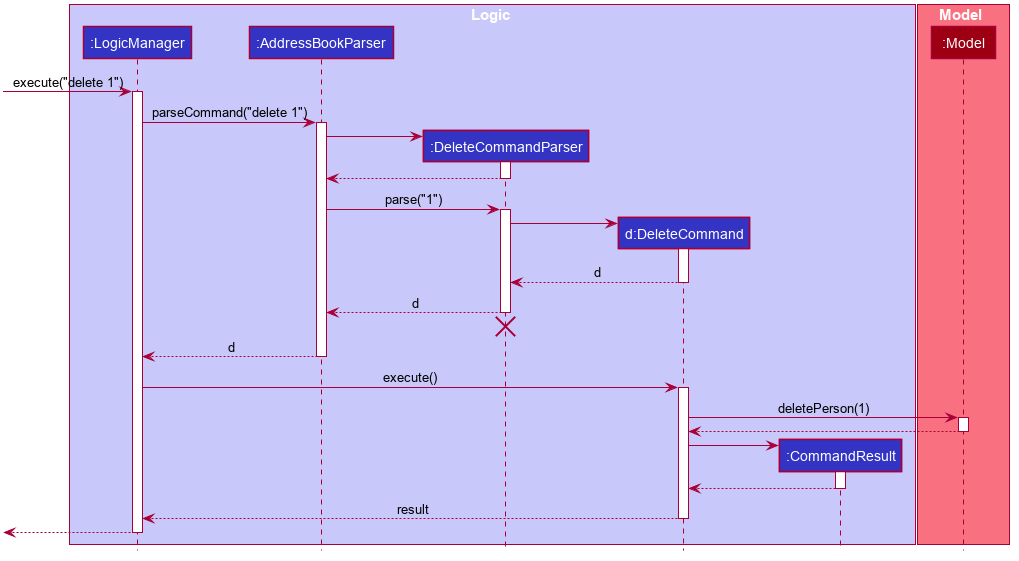
nus-cs2103-AY2223S2/tp keeps this PlantUML diagram as docs/images/DeleteSequenceDiagram.png. Above is the earlier version.
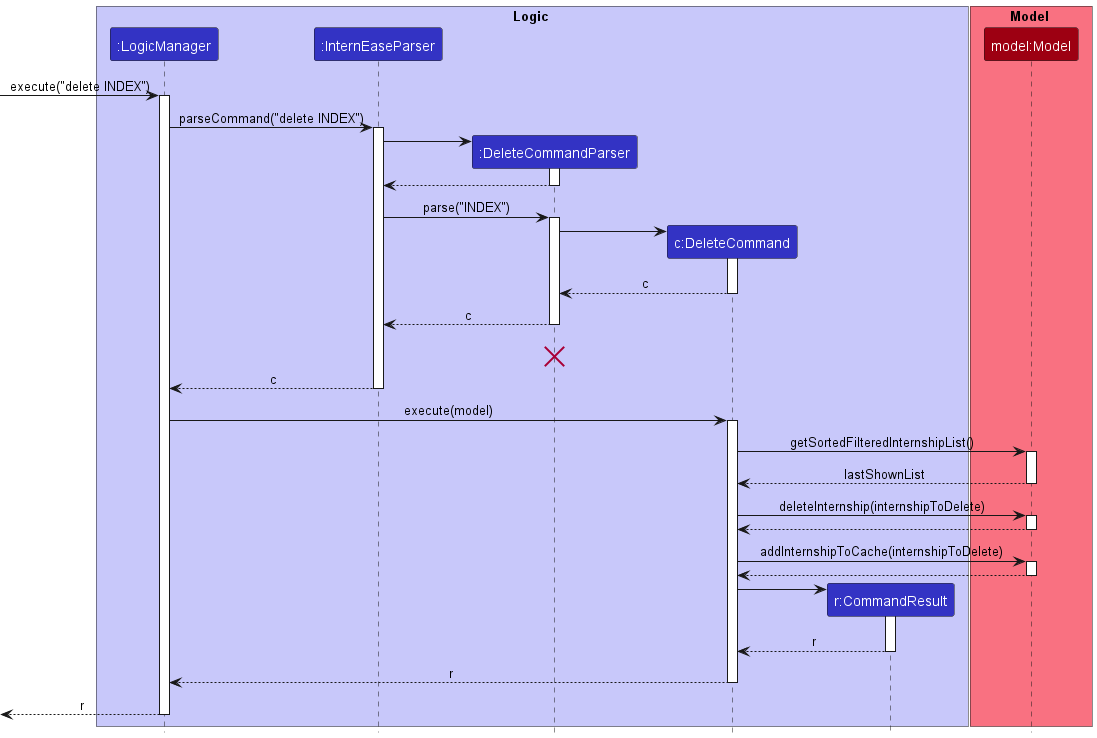
After the commit.

Change to the diagram source:
```diff
@@ -1,100 +1,64 @@
 @startuml
+!include style.puml
 
-
-
-
-
-
-
-
-skinparam BackgroundColor #FFFFFFF
-
-skinparam Shadowing false
-
-skinparam Class {
-    FontColor #FFFFFF
-    BorderThickness 1
-    BorderColor #FFFFFF
-    StereotypeFontColor #FFFFFF
-    FontName Arial
-}
-
-skinparam Actor {
-    BorderColor #000000
-    Color #000000
-    FontName Arial
-}
-
-skinparam Sequence {
-    MessageAlign center
-    BoxFontSize 15
-    BoxPadding 0
-    BoxFontColor #FFFFFF
-    FontName Arial
-}
-
-skinparam Participant {
-    FontColor #FFFFFFF
-    Padding 20
-}
-
-skinparam MinClassWidth 50
-skinparam ParticipantPadding 10
-skinparam Shadowing false
-skinparam DefaultTextAlignment center
-skinparam packageStyle Rectangle
-
-hide footbox
-hide members
-hide circle
-
-box Logic #C8C8FA
-participant ":LogicManager" as LogicManager #3333C4
-participant ":AddressBookParser" as AddressBookParser #3333C4
-participant ":DeleteCommandParser" as DeleteCommandParser #3333C4
-participant "d:DeleteCommand" as DeleteCommand #3333C4
-participant ":CommandResult" as CommandResult #3333C4
+box Logic LOGIC_COLOR_T1
+participant ":LogicManager" as LogicManager LOGIC_COLOR
+participant ":InternEaseParser" as InternEaseParser LOGIC_COLOR
+participant ":DeleteCommandParser" as DeleteCommandParser LOGIC_COLOR
+participant "c:DeleteCommand" as DeleteCommand LOGIC_COLOR
+participant "r:CommandResult" as CommandResult LOGIC_COLOR
 end box
 
-box Model #F97181
-participant ":Model" as Model #9D0012
+box Model MODEL_COLOR_T1
+participant "model:Model" as Model MODEL_COLOR
 end box
-
-[-> LogicManager : execute("delete 1")
+[-> LogicManager : execute("delete INDEX")
 activate LogicManager
 
-LogicManager -> AddressBookParser : parseCommand("delete 1")
-activate AddressBookParser
+LogicManager -> InternEaseParser : parseCommand("delete INDEX")
+activate InternEaseParser
 
 create DeleteCommandParser
-AddressBookParser -> DeleteCommandParser
+InternEaseParser -> DeleteCommandParser
 activate DeleteCommandParser
 
-DeleteCommandParser --> AddressBookParser
+DeleteCommandParser --> InternEaseParser
 deactivate DeleteCommandParser
 
-AddressBookParser -> DeleteCommandParser : parse("1")
+InternEaseParser -> DeleteCommandParser : parse("INDEX")
 activate DeleteCommandParser
 
 create DeleteCommand
 DeleteCommandParser -> DeleteCommand
 activate DeleteCommand
 
-DeleteCommand --> DeleteCommandParser : d
+DeleteCommand --> DeleteCommandParser : c
 deactivate DeleteCommand
 
-DeleteCommandParser --> AddressBookParser : d
+DeleteCommandParser --> InternEaseParser : c
 deactivate DeleteCommandParser
-DeleteCommandParser -[hidden]-> AddressBookParser
+DeleteCommandParser -[hidden]-> InternEaseParser : result
 destroy DeleteCommandParser
 
-AddressBookParser --> LogicManager : d
-deactivate AddressBookParser
+InternEaseParser --> LogicManager : c
+deactivate InternEaseParser
 
-LogicManager -> DeleteCommand : execute()
+LogicManager -> DeleteCommand : execute(model)
 activate DeleteCommand
 
-DeleteCommand -> Model : deletePerson(1)
+DeleteCommand -> Model : getSortedFilteredInternshipList()
+activate Model
+
+Model --> DeleteCommand : lastShownList
+deactivate Model
+
+DeleteCommand -> Model : deleteInternship(internshipToDelete)
+activate Model
+
+Model --> DeleteCommand
+deactivate Model
+
+DeleteCommand -> Model : addInternshipToCache(internshipToDelete)
 activate Model
 
 Model --> DeleteCommand
@@ -104,12 +68,13 @@
 DeleteCommand -> CommandResult
 activate CommandResult
 
-CommandResult --> DeleteCommand
+CommandResult --> DeleteCommand : r
 deactivate CommandResult
 
-DeleteCommand --> LogicManager : result
+DeleteCommand --> LogicManager : r
 deactivate DeleteCommand
 
-[<--LogicManager
+
+[<--LogicManager : r
 deactivate LogicManager
 @enduml
```
